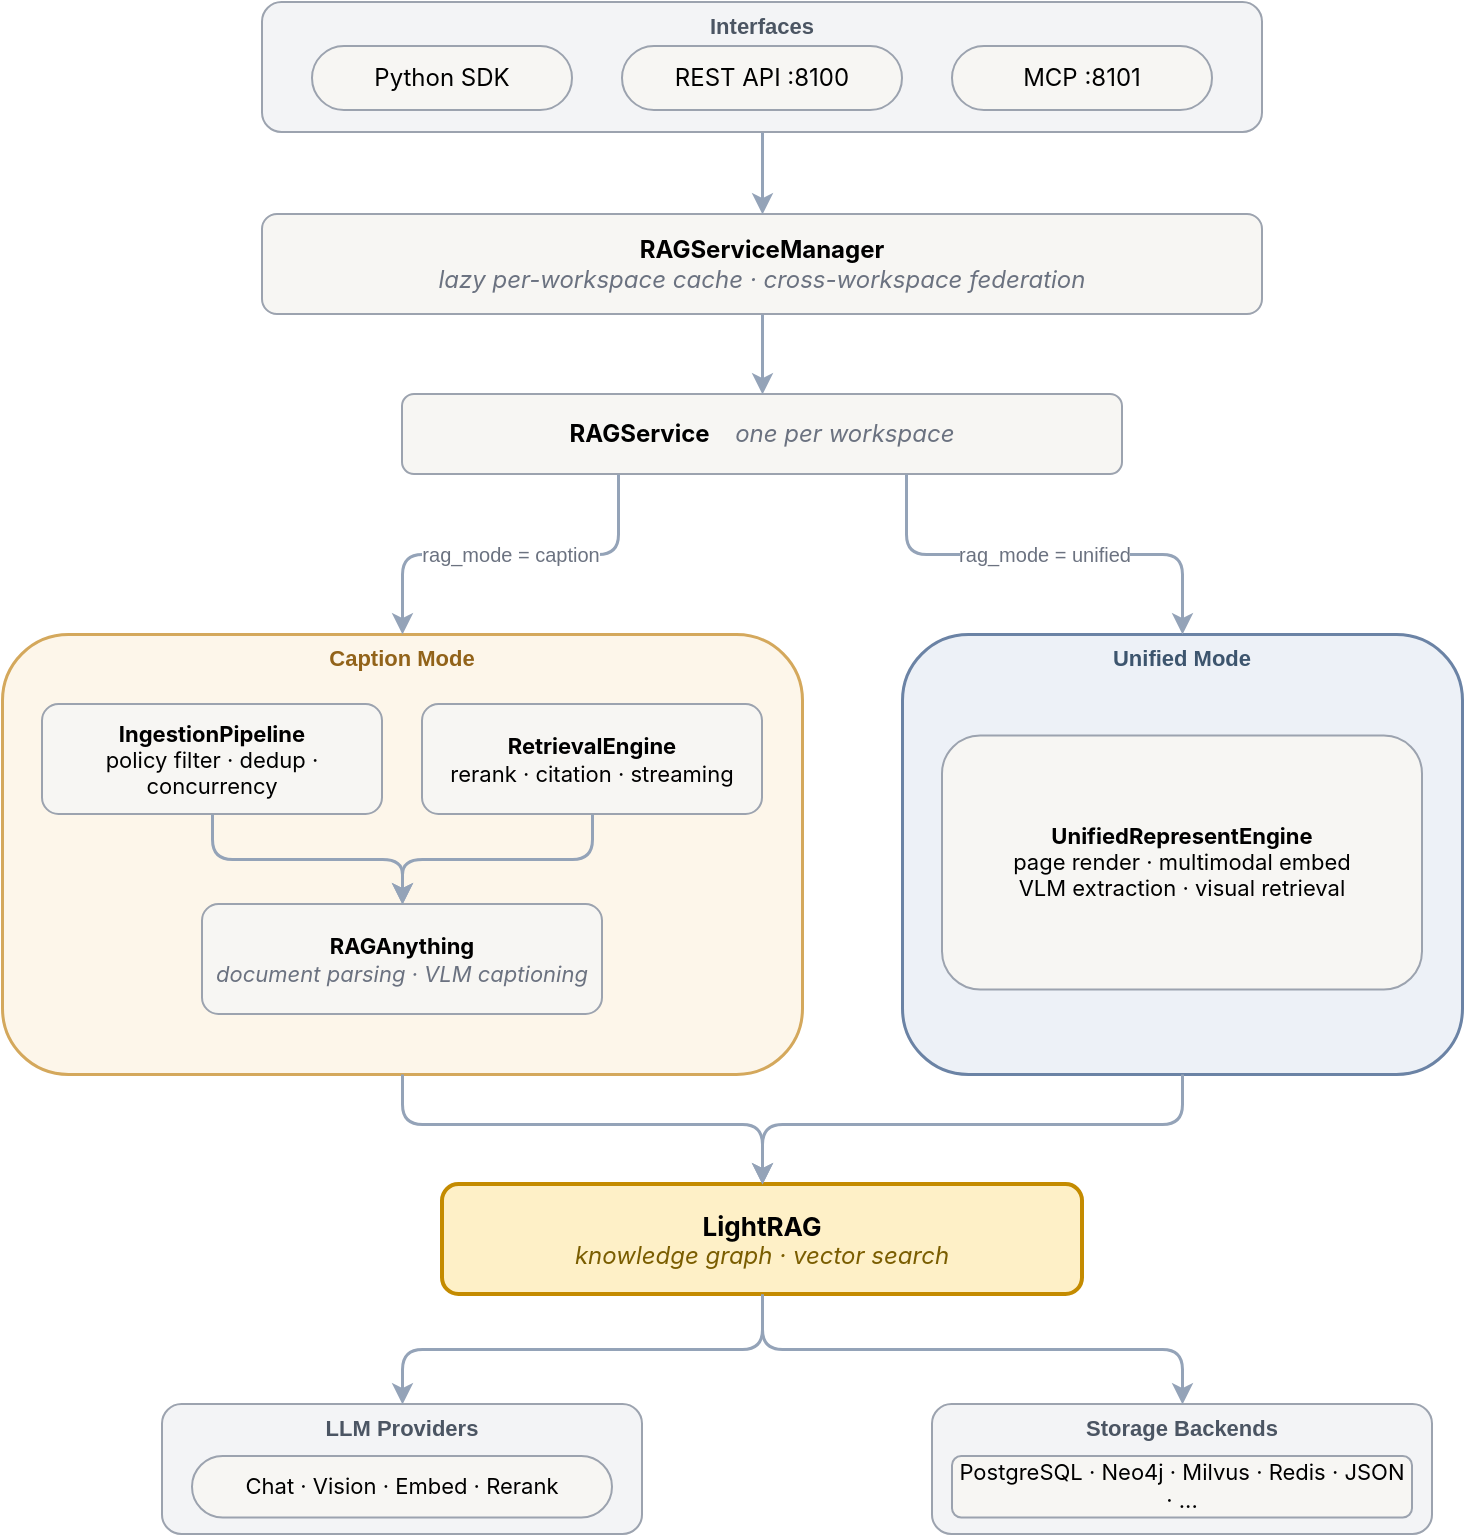
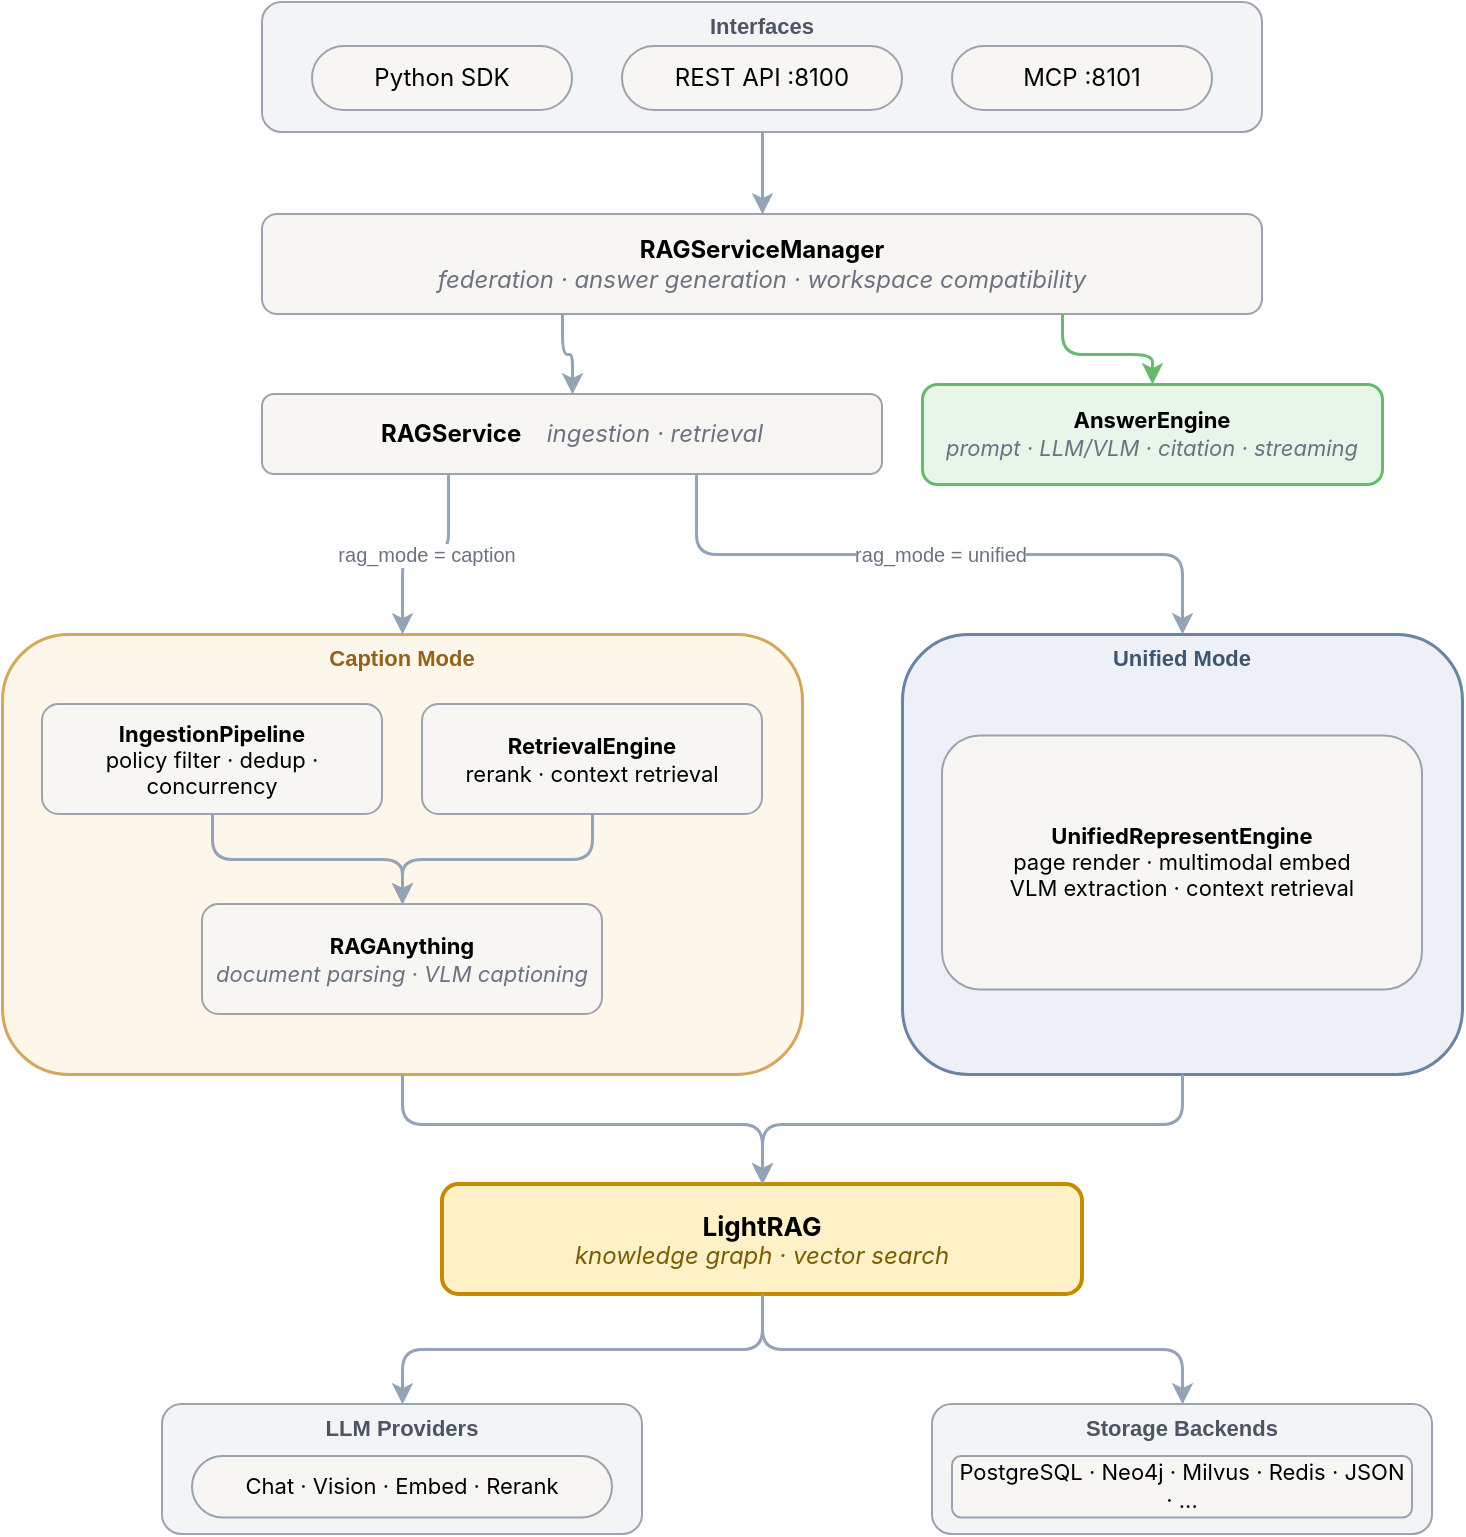
<mxfile host="65bd71144e">
    <diagram name="DlightRAG Architecture" id="arch">
        <mxGraphModel dx="398" dy="646" grid="1" gridSize="10" guides="1" tooltips="1" connect="1" arrows="1" fold="1" page="0" pageScale="1" pageWidth="850" pageHeight="1100" math="0" shadow="0">
            <root>
                <mxCell id="0"/>
                <mxCell id="1" parent="0"/>
                <mxCell id="interfaces" value="&lt;b style=&#39;font-size:11px;color:#4b5563&#39;&gt;Interfaces&lt;/b&gt;" style="rounded=1;whiteSpace=wrap;html=1;fillColor=#f3f4f6;strokeColor=#9ca3af;strokeWidth=1;verticalAlign=top;spacingTop=-2;container=1;collapsible=0;" parent="1" vertex="1">
                    <mxGeometry x="200" y="-6" width="500" height="65" as="geometry"/>
                </mxCell>
                <mxCell id="sdk" value="Python SDK" style="rounded=1;whiteSpace=wrap;html=1;fillColor=#f7f6f3;strokeColor=#9ca3af;fontSize=12;fontFamily=Inter;arcSize=50;" parent="interfaces" vertex="1">
                    <mxGeometry x="25" y="22" width="130" height="32" as="geometry"/>
                </mxCell>
                <mxCell id="rest" value="REST API :8100" style="rounded=1;whiteSpace=wrap;html=1;fillColor=#f7f6f3;strokeColor=#9ca3af;fontSize=12;fontFamily=Inter;arcSize=50;" parent="interfaces" vertex="1">
                    <mxGeometry x="180" y="22" width="140" height="32" as="geometry"/>
                </mxCell>
                <mxCell id="mcp" value="MCP :8101" style="rounded=1;whiteSpace=wrap;html=1;fillColor=#f7f6f3;strokeColor=#9ca3af;fontSize=12;fontFamily=Inter;arcSize=50;" parent="interfaces" vertex="1">
                    <mxGeometry x="345" y="22" width="130" height="32" as="geometry"/>
                </mxCell>
-                 <mxCell id="rsm" value="&lt;b&gt;RAGServiceManager&lt;/b&gt;&lt;br&gt;&lt;i style=&#39;color:#6b7280&#39;&gt;lazy per-workspace cache · cross-workspace federation&lt;/i&gt;" style="rounded=1;whiteSpace=wrap;html=1;fillColor=#f7f6f3;strokeColor=#9ca3af;fontSize=12;fontFamily=Inter;" parent="1" vertex="1">
+                 <mxCell id="rsm" value="&lt;b&gt;RAGServiceManager&lt;/b&gt;&lt;br&gt;&lt;i style=&#39;color:#6b7280&#39;&gt;federation · answer generation · workspace compatibility&lt;/i&gt;" style="rounded=1;whiteSpace=wrap;html=1;fillColor=#f7f6f3;strokeColor=#9ca3af;fontSize=12;fontFamily=Inter;" parent="1" vertex="1">
                    <mxGeometry x="200" y="100" width="500" height="50" as="geometry"/>
                </mxCell>
-                 <mxCell id="rs" value="&lt;b&gt;RAGService&lt;/b&gt; &amp;ensp; &lt;i style=&#39;color:#6b7280&#39;&gt;one per workspace&lt;/i&gt;" style="rounded=1;whiteSpace=wrap;html=1;fillColor=#f7f6f3;strokeColor=#9ca3af;fontSize=12;fontFamily=Inter;" parent="1" vertex="1">
-                     <mxGeometry x="270" y="190" width="360" height="40" as="geometry"/>
+                 <mxCell id="ae" value="&lt;b&gt;AnswerEngine&lt;/b&gt;&lt;br&gt;&lt;i style=&#39;color:#6b7280&#39;&gt;prompt · LLM/VLM · citation · streaming&lt;/i&gt;" style="rounded=1;whiteSpace=wrap;html=1;fillColor=#e8f5e9;strokeColor=#66bb6a;strokeWidth=1.5;fontSize=11;fontFamily=Inter;" parent="1" vertex="1">
+                     <mxGeometry x="530" y="185" width="230" height="50" as="geometry"/>
+                 </mxCell>
+                 <mxCell id="rs" value="&lt;b&gt;RAGService&lt;/b&gt; &amp;ensp; &lt;i style=&#39;color:#6b7280&#39;&gt;ingestion · retrieval&lt;/i&gt;" style="rounded=1;whiteSpace=wrap;html=1;fillColor=#f7f6f3;strokeColor=#9ca3af;fontSize=12;fontFamily=Inter;" parent="1" vertex="1">
+                     <mxGeometry x="200" y="190" width="310" height="40" as="geometry"/>
                </mxCell>
                <mxCell id="caption" value="&lt;b style=&#39;font-size:11px;color:#92631a&#39;&gt;Caption Mode&lt;/b&gt;" style="rounded=1;whiteSpace=wrap;html=1;fillColor=#fdf6ea;strokeColor=#d4a85c;strokeWidth=1.5;verticalAlign=top;spacingTop=-2;container=1;collapsible=0;" parent="1" vertex="1">
                    <mxGeometry x="70" y="310" width="400" height="220" as="geometry"/>
                </mxCell>
                <mxCell id="ip" value="&lt;b&gt;IngestionPipeline&lt;/b&gt;&lt;br&gt;policy filter · dedup · concurrency" style="rounded=1;whiteSpace=wrap;html=1;fillColor=#f7f6f3;strokeColor=#9ca3af;fontSize=11;fontFamily=Inter;" parent="caption" vertex="1">
                    <mxGeometry x="20" y="35" width="170" height="55" as="geometry"/>
                </mxCell>
-                 <mxCell id="re" value="&lt;b&gt;RetrievalEngine&lt;/b&gt;&lt;br&gt;rerank · citation · streaming" style="rounded=1;whiteSpace=wrap;html=1;fillColor=#f7f6f3;strokeColor=#9ca3af;fontSize=11;fontFamily=Inter;" parent="caption" vertex="1">
+                 <mxCell id="re" value="&lt;b&gt;RetrievalEngine&lt;/b&gt;&lt;br&gt;rerank · context retrieval" style="rounded=1;whiteSpace=wrap;html=1;fillColor=#f7f6f3;strokeColor=#9ca3af;fontSize=11;fontFamily=Inter;" parent="caption" vertex="1">
                    <mxGeometry x="210" y="35" width="170" height="55" as="geometry"/>
                </mxCell>
                <mxCell id="ra" value="&lt;b&gt;RAGAnything&lt;/b&gt;&lt;br&gt;&lt;i style=&#39;color:#6b7280&#39;&gt;document parsing · VLM captioning&lt;/i&gt;" style="rounded=1;whiteSpace=wrap;html=1;fillColor=#f7f6f3;strokeColor=#9ca3af;fontSize=11;fontFamily=Inter;" parent="caption" vertex="1">
                    <mxGeometry x="100" y="135" width="200" height="55" as="geometry"/>
                </mxCell>
                <mxCell id="e5" style="edgeStyle=orthogonalEdgeStyle;rounded=1;orthogonalLoop=1;jettySize=auto;html=1;strokeColor=#94a3b8;strokeWidth=1.5;exitX=0.5;exitY=1;exitDx=0;exitDy=0;entryX=0.5;entryY=0;entryDx=0;entryDy=0;" parent="caption" source="ip" target="ra" edge="1">
                    <mxGeometry relative="1" as="geometry"/>
                </mxCell>
                <mxCell id="e6" style="edgeStyle=orthogonalEdgeStyle;rounded=1;orthogonalLoop=1;jettySize=auto;html=1;strokeColor=#94a3b8;strokeWidth=1.5;exitX=0.5;exitY=1;exitDx=0;exitDy=0;entryX=0.5;entryY=0;entryDx=0;entryDy=0;" parent="caption" source="re" target="ra" edge="1">
                    <mxGeometry relative="1" as="geometry"/>
                </mxCell>
                <mxCell id="unified" value="&lt;b style=&#39;font-size:11px;color:#3d556e&#39;&gt;Unified Mode&lt;/b&gt;" style="rounded=1;whiteSpace=wrap;html=1;fillColor=#edf1f7;strokeColor=#6b83a5;strokeWidth=1.5;verticalAlign=top;spacingTop=-2;container=1;collapsible=0;" parent="1" vertex="1">
                    <mxGeometry x="520" y="310" width="280" height="220" as="geometry"/>
                </mxCell>
-                 <mxCell id="ure" value="&lt;b&gt;UnifiedRepresentEngine&lt;/b&gt;&lt;br&gt;page render · multimodal embed&lt;br&gt;VLM extraction · visual retrieval" style="rounded=1;whiteSpace=wrap;html=1;fillColor=#f7f6f3;strokeColor=#9ca3af;fontSize=11;fontFamily=Inter;" parent="unified" vertex="1">
+                 <mxCell id="ure" value="&lt;b&gt;UnifiedRepresentEngine&lt;/b&gt;&lt;br&gt;page render · multimodal embed&lt;br&gt;VLM extraction · context retrieval" style="rounded=1;whiteSpace=wrap;html=1;fillColor=#f7f6f3;strokeColor=#9ca3af;fontSize=11;fontFamily=Inter;" parent="unified" vertex="1">
                    <mxGeometry x="20" y="50.76923076923077" width="240" height="126.9230769230769" as="geometry"/>
                </mxCell>
                <mxCell id="lr" value="&lt;b style=&#39;font-size:13px&#39;&gt;LightRAG&lt;/b&gt;&lt;br&gt;&lt;i style=&#39;color:#7a5d00&#39;&gt;knowledge graph · vector search&lt;/i&gt;" style="rounded=1;whiteSpace=wrap;html=1;fillColor=#fef0c7;strokeColor=#c48b00;strokeWidth=2;fontSize=12;fontFamily=Inter;" parent="1" vertex="1">
                    <mxGeometry x="290" y="585" width="320" height="55" as="geometry"/>
                </mxCell>
                <mxCell id="providers" value="&lt;b style=&#39;font-size:11px;color:#4b5563&#39;&gt;LLM Providers&lt;/b&gt;" style="rounded=1;whiteSpace=wrap;html=1;fillColor=#f3f4f6;strokeColor=#9ca3af;strokeWidth=1;verticalAlign=top;spacingTop=-2;container=1;collapsible=0;" parent="1" vertex="1">
                    <mxGeometry x="150" y="695" width="240" height="65" as="geometry"/>
                </mxCell>
                <mxCell id="p" value="Chat · Vision · Embed · Rerank" style="rounded=1;whiteSpace=wrap;html=1;fillColor=#f7f6f3;strokeColor=#9ca3af;fontSize=11;fontFamily=Inter;arcSize=50;" parent="providers" vertex="1">
                    <mxGeometry x="15" y="26" width="210" height="30.72727272727273" as="geometry"/>
                </mxCell>
                <mxCell id="storage" value="&lt;b style=&#39;font-size:11px;color:#4b5563&#39;&gt;Storage Backends&lt;/b&gt;" style="rounded=1;whiteSpace=wrap;html=1;fillColor=#f3f4f6;strokeColor=#9ca3af;strokeWidth=1;verticalAlign=top;spacingTop=-2;container=1;collapsible=0;" parent="1" vertex="1">
                    <mxGeometry x="535" y="695" width="250" height="65" as="geometry"/>
                </mxCell>
                <mxCell id="s" value="PostgreSQL · Neo4j · Milvus · Redis · JSON · ..." style="rounded=1;whiteSpace=wrap;html=1;fillColor=#f7f6f3;strokeColor=#9ca3af;fontSize=11;fontFamily=Inter;" parent="storage" vertex="1">
                    <mxGeometry x="10" y="26" width="230" height="30.72727272727273" as="geometry"/>
                </mxCell>
                <mxCell id="e1" style="edgeStyle=orthogonalEdgeStyle;rounded=1;orthogonalLoop=1;jettySize=auto;html=1;strokeColor=#94a3b8;strokeWidth=1.5;exitX=0.5;exitY=1;exitDx=0;exitDy=0;entryX=0.5;entryY=0;entryDx=0;entryDy=0;" parent="1" source="interfaces" target="rsm" edge="1">
                    <mxGeometry relative="1" as="geometry"/>
                </mxCell>
-                 <mxCell id="e2" style="edgeStyle=orthogonalEdgeStyle;rounded=1;orthogonalLoop=1;jettySize=auto;html=1;strokeColor=#94a3b8;strokeWidth=1.5;exitX=0.5;exitY=1;exitDx=0;exitDy=0;entryX=0.5;entryY=0;entryDx=0;entryDy=0;" parent="1" source="rsm" target="rs" edge="1">
+                 <mxCell id="e2" style="edgeStyle=orthogonalEdgeStyle;rounded=1;orthogonalLoop=1;jettySize=auto;html=1;strokeColor=#94a3b8;strokeWidth=1.5;exitX=0.3;exitY=1;exitDx=0;exitDy=0;entryX=0.5;entryY=0;entryDx=0;entryDy=0;" parent="1" source="rsm" target="rs" edge="1">
+                     <mxGeometry relative="1" as="geometry"/>
+                 </mxCell>
+                 <mxCell id="e_ae" style="edgeStyle=orthogonalEdgeStyle;rounded=1;orthogonalLoop=1;jettySize=auto;html=1;strokeColor=#66bb6a;strokeWidth=1.5;exitX=0.8;exitY=1;exitDx=0;exitDy=0;entryX=0.5;entryY=0;entryDx=0;entryDy=0;" parent="1" source="rsm" target="ae" edge="1">
                    <mxGeometry relative="1" as="geometry"/>
                </mxCell>
                <mxCell id="e3" value="rag_mode = caption" style="edgeStyle=orthogonalEdgeStyle;rounded=1;orthogonalLoop=1;jettySize=auto;html=1;strokeColor=#94a3b8;strokeWidth=1.5;fontSize=10;fontColor=#6b7280;exitX=0.3;exitY=1;exitDx=0;exitDy=0;entryX=0.5;entryY=0;entryDx=0;entryDy=0;" parent="1" source="rs" target="caption" edge="1">
                    <mxGeometry relative="1" as="geometry"/>
                </mxCell>
                <mxCell id="e4" value="rag_mode = unified" style="edgeStyle=orthogonalEdgeStyle;rounded=1;orthogonalLoop=1;jettySize=auto;html=1;strokeColor=#94a3b8;strokeWidth=1.5;fontSize=10;fontColor=#6b7280;exitX=0.7;exitY=1;exitDx=0;exitDy=0;entryX=0.5;entryY=0;entryDx=0;entryDy=0;" parent="1" source="rs" target="unified" edge="1">
                    <mxGeometry relative="1" as="geometry"/>
                </mxCell>
                <mxCell id="e7" style="edgeStyle=orthogonalEdgeStyle;rounded=1;orthogonalLoop=1;jettySize=auto;html=1;strokeColor=#94a3b8;strokeWidth=1.5;exitX=0.5;exitY=1;exitDx=0;exitDy=0;entryX=0.5;entryY=0;entryDx=0;entryDy=0;" parent="1" source="caption" target="lr" edge="1">
                    <mxGeometry relative="1" as="geometry">
                        <mxPoint x="280" y="535" as="sourcePoint"/>
                        <mxPoint x="420" y="580" as="targetPoint"/>
                        <Array as="points">
                            <mxPoint x="270" y="555"/>
                            <mxPoint x="450" y="555"/>
                        </Array>
                    </mxGeometry>
                </mxCell>
                <mxCell id="e8" style="edgeStyle=orthogonalEdgeStyle;rounded=1;orthogonalLoop=1;jettySize=auto;html=1;strokeColor=#94a3b8;strokeWidth=1.5;entryX=0.5;entryY=0;entryDx=0;entryDy=0;exitX=0.5;exitY=1;exitDx=0;exitDy=0;" parent="1" source="unified" target="lr" edge="1">
                    <mxGeometry relative="1" as="geometry">
                        <mxPoint x="660" y="530" as="sourcePoint"/>
                        <mxPoint x="450" y="580" as="targetPoint"/>
                        <Array as="points">
                            <mxPoint x="660" y="555"/>
                            <mxPoint x="450" y="555"/>
                        </Array>
                    </mxGeometry>
                </mxCell>
                <mxCell id="e9" style="edgeStyle=orthogonalEdgeStyle;rounded=1;orthogonalLoop=1;jettySize=auto;html=1;strokeColor=#94a3b8;strokeWidth=1.5;exitX=0.5;exitY=1;exitDx=0;exitDy=0;entryX=0.5;entryY=0;entryDx=0;entryDy=0;" parent="1" source="lr" target="providers" edge="1">
                    <mxGeometry relative="1" as="geometry"/>
                </mxCell>
                <mxCell id="e10" style="edgeStyle=orthogonalEdgeStyle;rounded=1;orthogonalLoop=1;jettySize=auto;html=1;strokeColor=#94a3b8;strokeWidth=1.5;exitX=0.5;exitY=1;exitDx=0;exitDy=0;entryX=0.5;entryY=0;entryDx=0;entryDy=0;" parent="1" source="lr" target="storage" edge="1">
                    <mxGeometry relative="1" as="geometry"/>
                </mxCell>
            </root>
        </mxGraphModel>
    </diagram>
</mxfile>